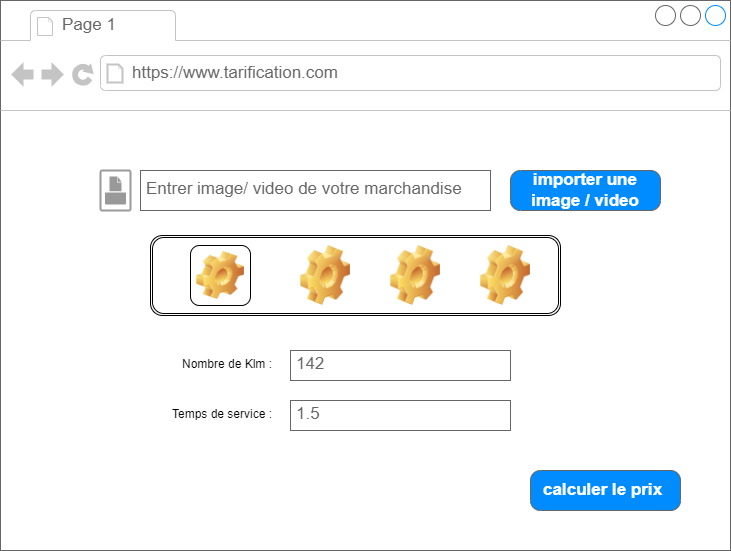
This is template.png from mohammedtlili/WASSALI, a draw.io export, as it was before one commit. Source tidied: cells renumbered, new cells last; positions are measured from the earlier drawing's top-left corner, leaving out a move shared by most shapes. Its diagram source:
```xml
<mxGraphModel>
  <root>
    <mxCell id="0" />
    <mxCell id="1" parent="0" />
    <mxCell id="2" style="strokeWidth=1;shadow=0;dashed=0;align=center;html=1;shape=mxgraph.mockup.containers.browserWindow;rSize=0;strokeColor=#666666;strokeColor2=#008cff;strokeColor3=#c4c4c4;mainText=,;" parent="1" vertex="1">
      <mxGeometry width="730" height="550" as="geometry" />
    </mxCell>
    <mxCell id="3" value="Page 1" style="strokeWidth=1;shadow=0;dashed=0;align=center;html=1;shape=mxgraph.mockup.containers.anchor;fontSize=17;fontColor=#666666;align=left;" parent="2" vertex="1">
      <mxGeometry x="60" y="12" width="110" height="26" as="geometry" />
    </mxCell>
    <mxCell id="4" value="https://www.tarification.com" style="strokeWidth=1;shadow=0;dashed=0;align=center;html=1;shape=mxgraph.mockup.containers.anchor;rSize=0;fontSize=17;fontColor=#666666;align=left;" parent="2" vertex="1">
      <mxGeometry x="130" y="60" width="250" height="26" as="geometry" />
    </mxCell>
    <mxCell id="5" value="142" style="strokeWidth=1;shadow=0;dashed=0;align=center;html=1;shape=mxgraph.mockup.text.textBox;fontColor=#666666;align=left;fontSize=17;spacingLeft=4;spacingTop=-3;strokeColor=#666666;mainText=;" parent="2" vertex="1">
      <mxGeometry x="290" y="350" width="220" height="30" as="geometry" />
    </mxCell>
    <mxCell id="6" value="1.5" style="strokeWidth=1;shadow=0;dashed=0;align=center;html=1;shape=mxgraph.mockup.text.textBox;fontColor=#666666;align=left;fontSize=17;spacingLeft=4;spacingTop=-3;strokeColor=#666666;mainText=;" parent="2" vertex="1">
      <mxGeometry x="290" y="400" width="220" height="30" as="geometry" />
    </mxCell>
    <mxCell id="7" value="calculer le prix&amp;nbsp;" style="strokeWidth=1;shadow=0;dashed=0;align=center;html=1;shape=mxgraph.mockup.buttons.button;strokeColor=#666666;fontColor=#ffffff;mainText=;buttonStyle=round;fontSize=17;fontStyle=1;fillColor=#008cff;whiteSpace=wrap;" parent="2" vertex="1">
      <mxGeometry x="530" y="470" width="150" height="40" as="geometry" />
    </mxCell>
    <mxCell id="8" value="Nombre de Klm :&amp;nbsp;" style="text;spacingTop=-5;whiteSpace=wrap;html=1;align=left;fontSize=12;fontFamily=Helvetica;fillColor=none;strokeColor=none;" parent="2" vertex="1">
      <mxGeometry x="180" y="355" width="110" height="20" as="geometry" />
    </mxCell>
    <mxCell id="9" value="Temps de service :&amp;nbsp;" style="text;spacingTop=-5;whiteSpace=wrap;html=1;align=left;fontSize=12;fontFamily=Helvetica;fillColor=none;strokeColor=none;" parent="2" vertex="1">
      <mxGeometry x="170" y="405" width="110" height="20" as="geometry" />
    </mxCell>
    <mxCell id="10" value="Entrer image/ video de votre marchandise&amp;nbsp;&amp;nbsp;" style="strokeWidth=1;shadow=0;dashed=0;align=center;html=1;shape=mxgraph.mockup.text.textBox;fontColor=#666666;align=left;fontSize=17;spacingLeft=4;spacingTop=-3;strokeColor=#666666;mainText=;" parent="2" vertex="1">
      <mxGeometry x="140" y="170" width="350" height="40" as="geometry" />
    </mxCell>
    <mxCell id="11" value="importer une image / video" style="strokeWidth=1;shadow=0;dashed=0;align=center;html=1;shape=mxgraph.mockup.buttons.button;strokeColor=#666666;fontColor=#ffffff;mainText=;buttonStyle=round;fontSize=17;fontStyle=1;fillColor=#008cff;whiteSpace=wrap;" parent="2" vertex="1">
      <mxGeometry x="510" y="170" width="150" height="40" as="geometry" />
    </mxCell>
    <mxCell id="12" style="strokeColor=#999999;verticalLabelPosition=bottom;shadow=0;dashed=0;verticalAlign=top;strokeWidth=2;html=1;shape=mxgraph.mockup.misc.printIcon;" parent="2" vertex="1">
      <mxGeometry x="100" y="170" width="30" height="40" as="geometry" />
    </mxCell>
    <mxCell id="13" style="shape=ext;double=1;rounded=1;whiteSpace=wrap;html=1;" parent="2" vertex="1">
      <mxGeometry x="150" y="235" width="410" height="80" as="geometry" />
    </mxCell>
    <mxCell id="14" style="shape=image;html=1;verticalLabelPosition=bottom;verticalAlign=top;imageAspect=0;image=img/clipart/Gear_128x128.png;" parent="2" vertex="1">
      <mxGeometry x="300" y="245" width="50" height="60" as="geometry" />
    </mxCell>
    <mxCell id="15" style="shape=image;html=1;verticalLabelPosition=bottom;verticalAlign=top;imageAspect=0;image=img/clipart/Gear_128x128.png;" parent="2" vertex="1">
      <mxGeometry x="390" y="245" width="50" height="60" as="geometry" />
    </mxCell>
    <mxCell id="16" style="shape=image;html=1;verticalLabelPosition=bottom;verticalAlign=top;imageAspect=0;image=img/clipart/Gear_128x128.png;" parent="2" vertex="1">
      <mxGeometry x="480" y="245" width="50" height="60" as="geometry" />
    </mxCell>
    <mxCell id="17" style="icon;html=1;image=img/clipart/Gear_128x128.png;" parent="2" vertex="1">
      <mxGeometry x="190" y="245" width="60" height="60" as="geometry" />
    </mxCell>
  </root>
</mxGraphModel>
```
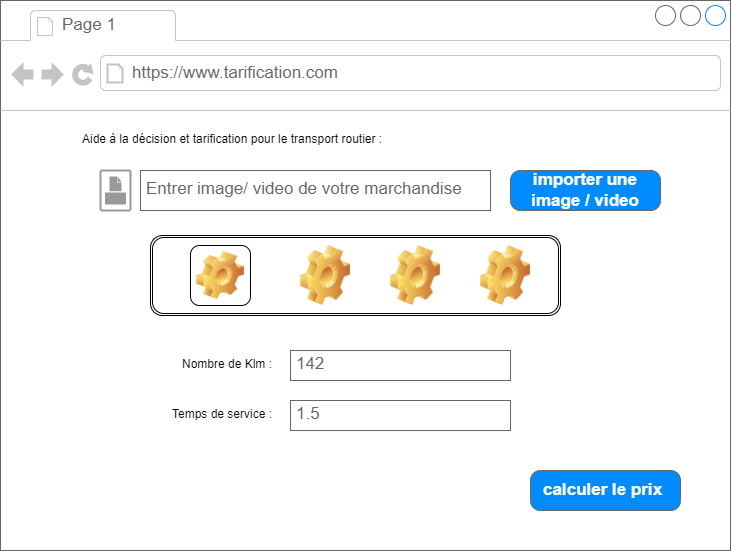
The same diagram one commit later.

Change to the diagram source:
```diff
@@ -50,5 +50,8 @@
     <mxCell id="17" style="icon;html=1;image=img/clipart/Gear_128x128.png;" parent="2" vertex="1">
       <mxGeometry x="190" y="245" width="60" height="60" as="geometry" />
     </mxCell>
+    <mxCell id="18" value="Aide à la décision et tarification pour le transport routier :&amp;nbsp;" style="text;spacingTop=-5;whiteSpace=wrap;html=1;align=left;fontSize=12;fontFamily=Helvetica;fillColor=none;strokeColor=none;" parent="2" vertex="1">
+      <mxGeometry x="80" y="130" width="390" height="20" as="geometry" />
+    </mxCell>
   </root>
 </mxGraphModel>
```
